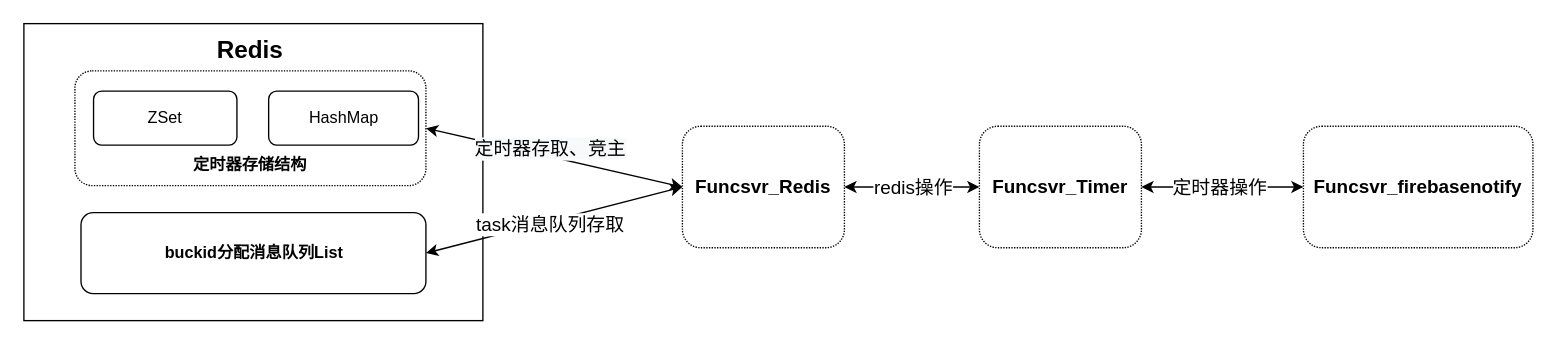
Before: page "Page-9" (9 of 9) of timer.drawio in mbabby/draw.io.file, a draw.io diagram. Source tidied: cells renumbered, new cells numbered last; positions are measured from the earlier drawing's top-left corner, leaving out a move shared by most shapes. Both pictures are drawn from the tidied source at 135%, with x=0, y=0 at pixel (23, 23).
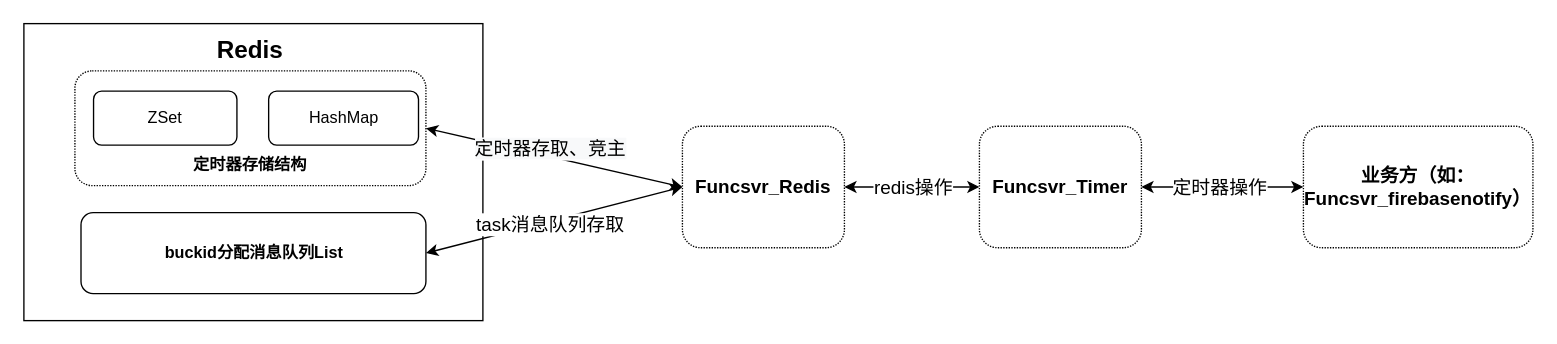
After the change.

What changed in the source:
```diff
@@
-    <mxCell id="17" value="&lt;b&gt;&lt;font style=&quot;font-size: 14px&quot;&gt;&lt;font&gt;Funcsvr_&lt;/font&gt;firebasenotify&lt;/font&gt;&lt;/b&gt;" style="rounded=1;whiteSpace=wrap;html=1;dashed=1;dashPattern=1 1;align=center;" parent="1" vertex="1">
+    <mxCell id="17" value="&lt;b&gt;&lt;font style=&quot;font-size: 14px&quot;&gt;&lt;font&gt;业务方（如：Funcsvr_&lt;/font&gt;firebasenotify）&lt;/font&gt;&lt;/b&gt;" style="rounded=1;whiteSpace=wrap;html=1;dashed=1;dashPattern=1 1;align=center;" parent="1" vertex="1">
       <mxGeometry x="948" y="76" width="170" height="90" as="geometry" />
     </mxCell>
```
